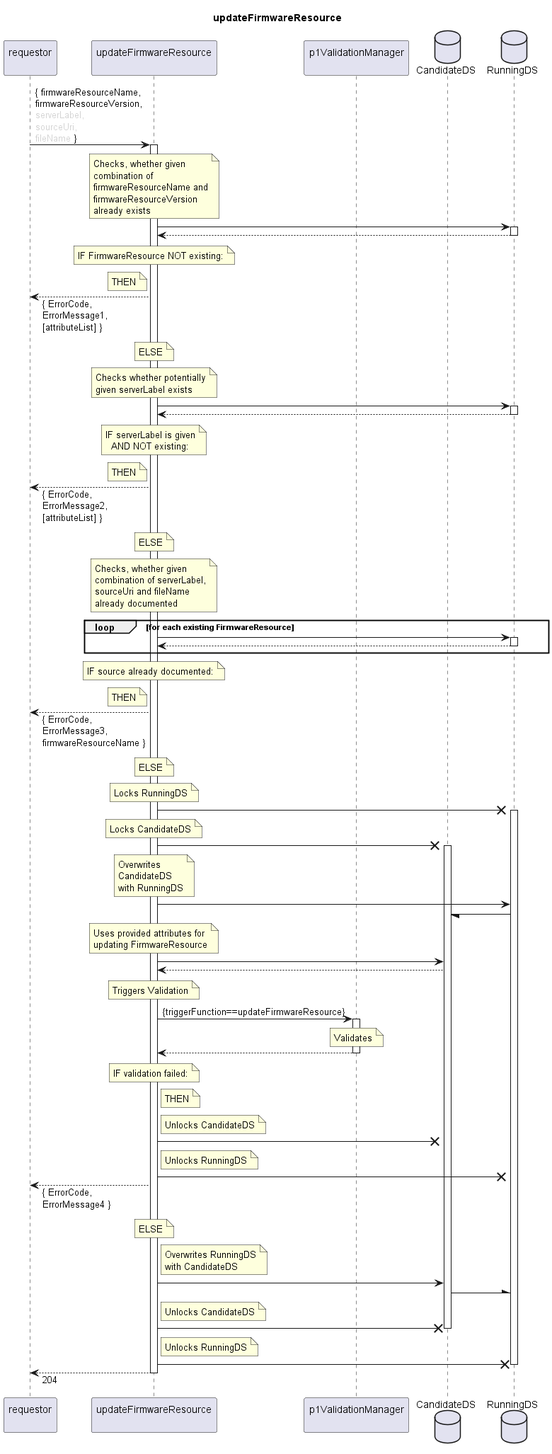
This is spec/Services/updateFirmwareResource/1.0.0/updateFirmwareResource.png from openBackhaul/FirmWareManager, a PlantUML export, as it was before one commit.
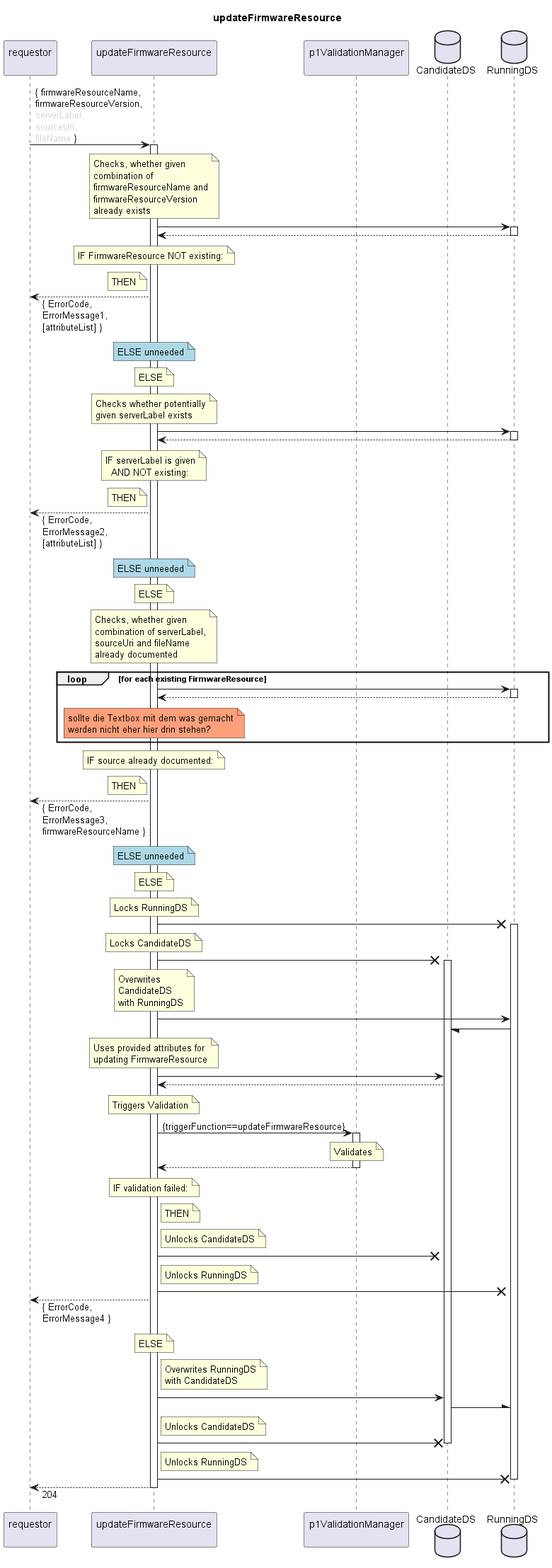
Above is the later version.

Diff of the diagram source:
```diff
@@ -6,151 +6,166 @@
 end title
 
 participant "requestor\n" as requestor
-participant "updateFirmwareResource\n" as indServ
+participant "updateFirmwareResource\n" as cur
 participant "p1ValidationManager\n" as valiMan
 database "CandidateDS" as CanDS
 database "RunningDS" as RunDS
 
-requestor -> indServ: { firmwareResourceName,\nfirmwareResourceVersion,\n<color:LightGray>serverLabel,\n<color:LightGray>sourceUri,\n<color:LightGray>fileName</color> }
-activate indServ
+requestor -> cur: { firmwareResourceName,\nfirmwareResourceVersion,\n<color:LightGray>serverLabel,\n<color:LightGray>sourceUri,\n<color:LightGray>fileName</color> }
+activate cur
 
-  note over indServ
+  note over cur
     Checks, whether given
     combination of
     firmwareResourceName and
     firmwareResourceVersion
     already exists
   end note
-  indServ -> RunDS
+  cur -> RunDS
   activate RunDS
-  indServ <-- RunDS
+  cur <-- RunDS
   deactivate RunDS
-  note over indServ
+  note over cur
     IF FirmwareResource NOT existing:
   end note
-  note left indServ
+  note left cur
     THEN
   end note
-  requestor <-- indServ: { ErrorCode,\nErrorMessage1,\n[attributeList] }
-  note over indServ
+  requestor <-- cur: { ErrorCode,\nErrorMessage1,\n[attributeList] }
+  note over cur #LightBlue
+    ELSE unneeded
+  end note
+  note over cur
     ELSE
   end note
 
-  note over indServ
+  note over cur
     Checks whether potentially
     given serverLabel exists
   end note
-  indServ -> RunDS
+  cur -> RunDS
   activate RunDS
-  indServ <-- RunDS
+  cur <-- RunDS
   deactivate RunDS
-  note over indServ
+  note over cur
     IF serverLabel is given
       AND NOT existing:
   end note
-  note left indServ
+  note left cur
     THEN
   end note
-  requestor <-- indServ: { ErrorCode,\nErrorMessage2,\n[attributeList] }
-  note over indServ
+  requestor <-- cur: { ErrorCode,\nErrorMessage2,\n[attributeList] }
+  note over cur #LightBlue
+    ELSE unneeded
+  end note
+  note over cur
     ELSE
   end note
 
-  note over indServ
+  note over cur
     Checks, whether given
     combination of serverLabel,
     sourceUri and fileName
     already documented
   end note
   loop for each existing FirmwareResource
-    indServ -> RunDS
+    cur -> RunDS
     activate RunDS
-    indServ <-- RunDS
+    cur <-- RunDS
     deactivate RunDS
+
+    note over cur #LightSalmon
+      sollte die Textbox mit dem was gemacht
+      werden nicht eher hier drin stehen?
+    end note
+
   end loop
-  note over indServ
+  note over cur
     IF source already documented:
   end note
-  note left indServ
+  note left cur
     THEN
   end note
-  requestor <-- indServ: { ErrorCode,\nErrorMessage3,\nfirmwareResourceName }
-  note over indServ
+  requestor <-- cur: { ErrorCode,\nErrorMessage3,\nfirmwareResourceName }
+  note over cur #LightBlue
+    ELSE unneeded
+  end note
+  note over cur
     ELSE
   end note
 
-  note over indServ
+  note over cur
     Locks RunningDS
   end note
-  indServ -X RunDS
+  cur -X RunDS
   activate RunDS
-  note over indServ
+  note over cur
     Locks CandidateDS
   end note
-  indServ -X CanDS
+  cur -X CanDS
   activate CanDS
-  note over indServ
+  note over cur
     Overwrites
     CandidateDS
     with RunningDS
   end note
-  indServ -> RunDS
+  cur -> RunDS
   RunDS -/ CanDS
 
-  note over indServ
+  note over cur
     Uses provided attributes for
     updating FirmwareResource
   end note
-  indServ -> CanDS
-  indServ <-- CanDS
+  cur -> CanDS
+  cur <-- CanDS
 
-  note over indServ
+  note over cur
     Triggers Validation
   end note
-  indServ -> valiMan: {triggerFunction==updateFirmwareResource}
+  cur -> valiMan: {triggerFunction==updateFirmwareResource}
   activate valiMan
     note over valiMan
       Validates
     end note
-  indServ <-- valiMan
+  cur <-- valiMan
   deactivate valiMan
-  note over indServ
+  note over cur
     IF validation failed:
   end note
-  note right indServ
+  note right cur
     THEN
   end note
-  note right indServ
+  note right cur
     Unlocks CandidateDS
   end note
-  indServ -X CanDS
-  note right indServ
+  cur -X CanDS
+  note right cur
     Unlocks RunningDS
   end note
-  indServ -X RunDS
-  requestor <-- indServ: { ErrorCode,\nErrorMessage4 }
-  note over indServ
+  cur -X RunDS
+  requestor <-- cur: { ErrorCode,\nErrorMessage4 }
+  note over cur
     ELSE
   end note
 
-  note right indServ
+  note right cur
     Overwrites RunningDS
     with CandidateDS
   end note
-  indServ -> CanDS
+  cur -> CanDS
   CanDS -\ RunDS
-  note right indServ
+  note right cur
     Unlocks CandidateDS
   end note
-  indServ -X CanDS
+  cur -X CanDS
   deactivate CanDS
-  note right indServ
+  note right cur
     Unlocks RunningDS
   end note
-  indServ -X RunDS
+  cur -X RunDS
   deactivate RunDS
 
-requestor <-- indServ: 204
-deactivate indServ
+requestor <-- cur: 204
+deactivate cur
 
 @enduml
```
